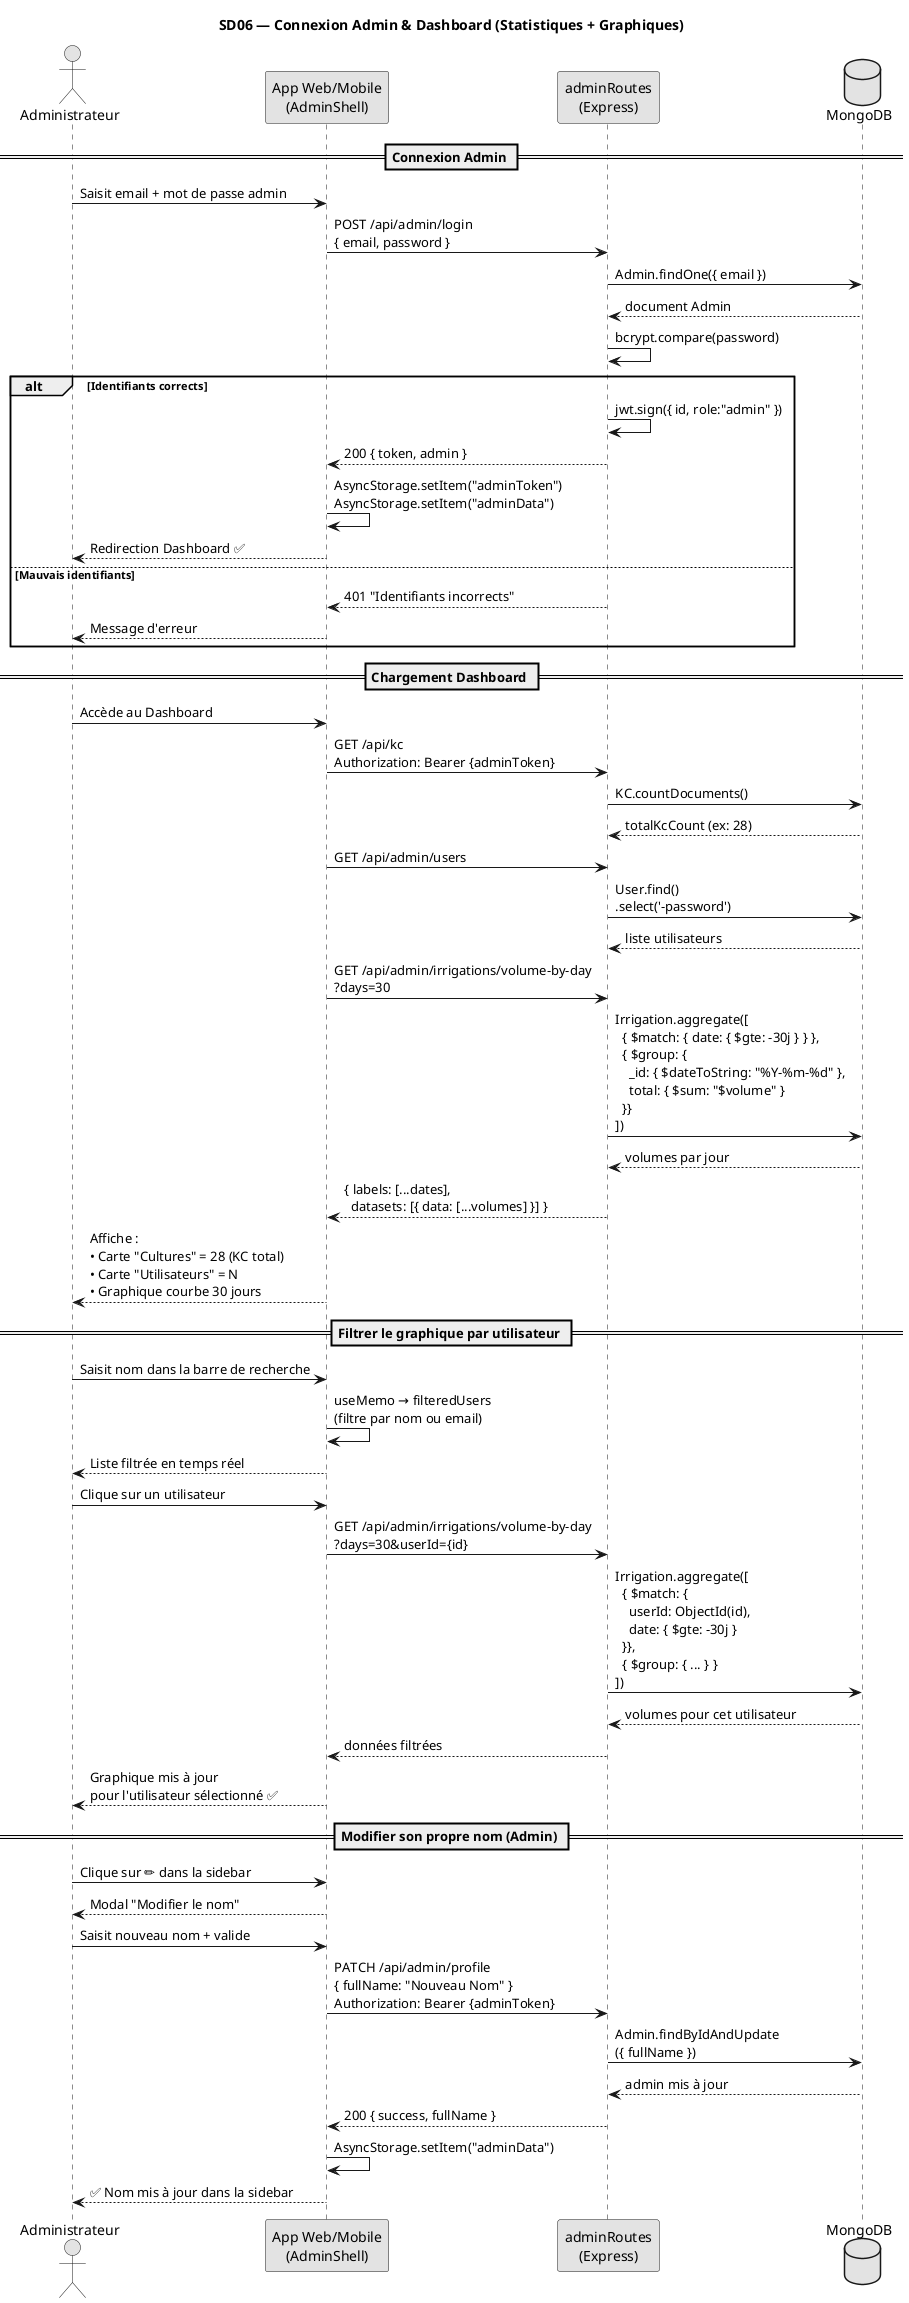
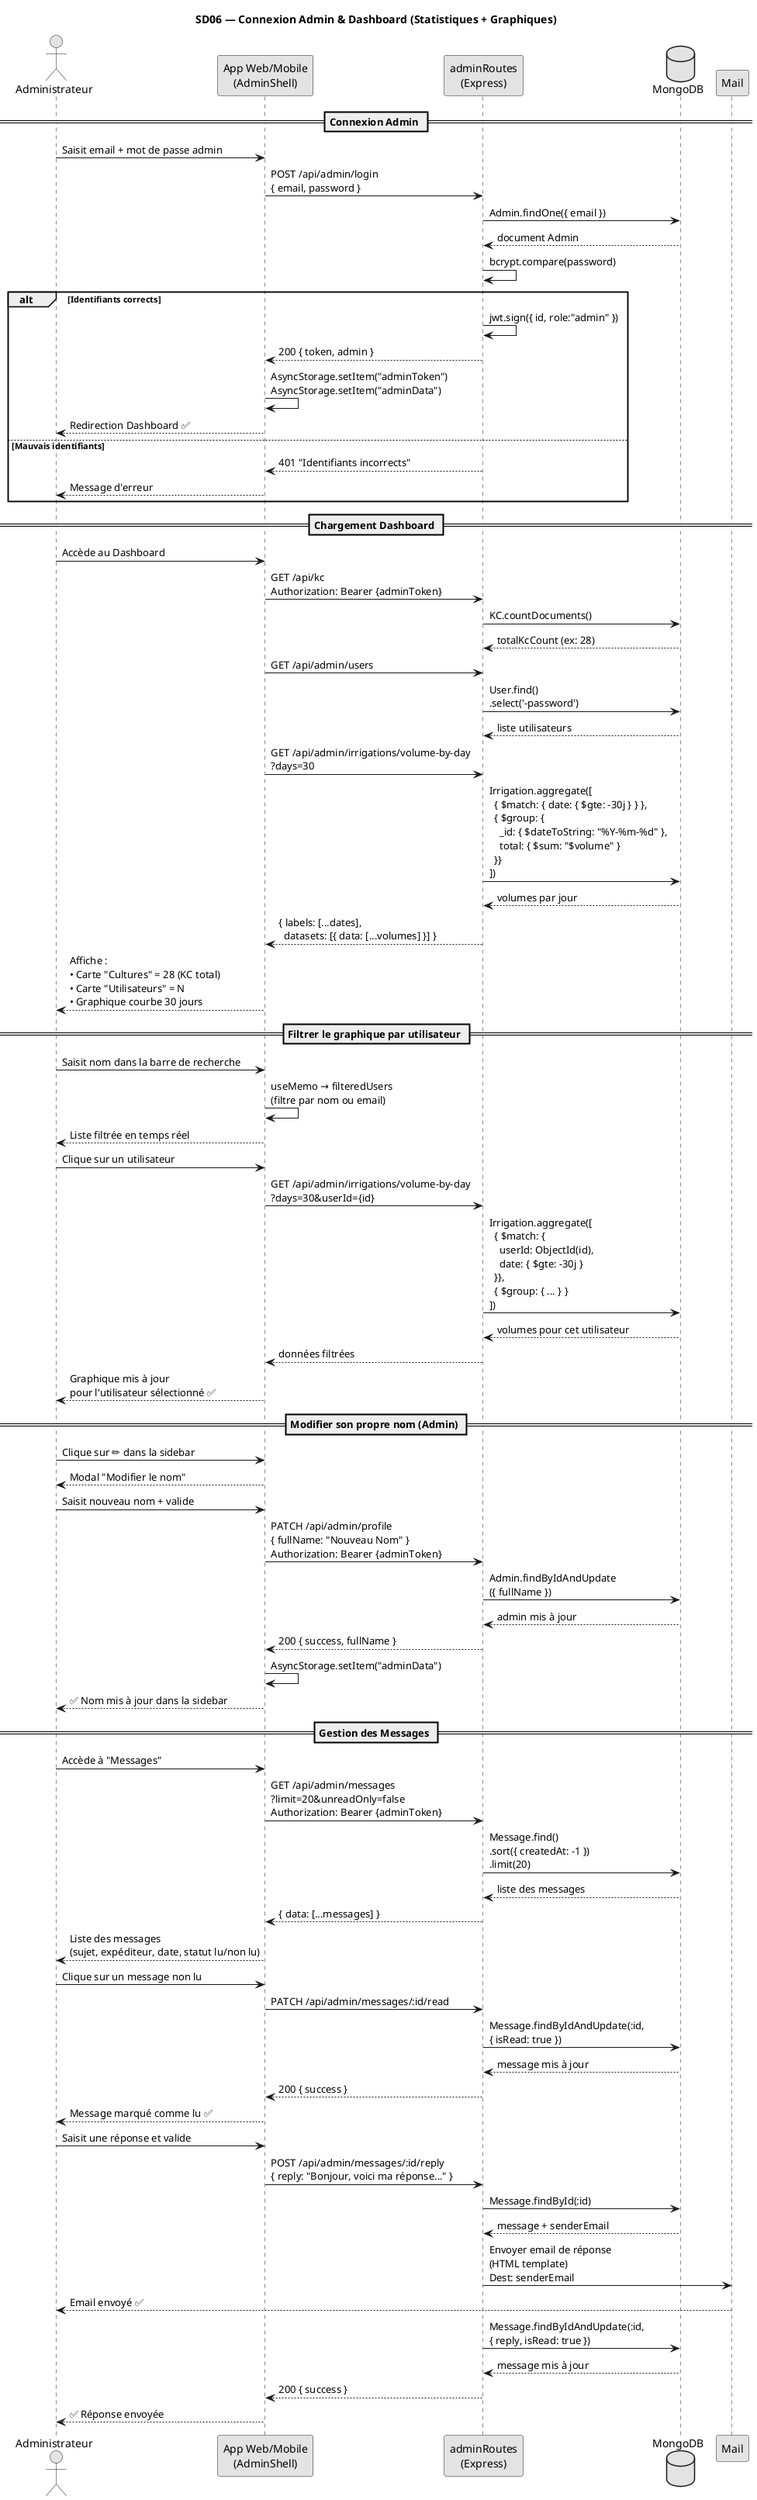
@startuml SD06 — Admin Dashboard

skinparam monochrome true
skinparam shadowing false
title SD06 — Connexion Admin & Dashboard (Statistiques + Graphiques)

actor "Administrateur" as A
participant "App Web/Mobile\n(AdminShell)" as App
participant "adminRoutes\n(Express)" as API
database "MongoDB" as DB

== Connexion Admin ==

A -> App : Saisit email + mot de passe admin
App -> API : POST /api/admin/login\n{ email, password }
API -> DB : Admin.findOne({ email })
DB --> API : document Admin
API -> API : bcrypt.compare(password)
alt Identifiants corrects
  API -> API : jwt.sign({ id, role:"admin" })
  API --> App : 200 { token, admin }
  App -> App : AsyncStorage.setItem("adminToken")\nAsyncStorage.setItem("adminData")
  App --> A : Redirection Dashboard ✅
else Mauvais identifiants
  API --> App : 401 "Identifiants incorrects"
  App --> A : Message d'erreur
end

== Chargement Dashboard ==

A -> App : Accède au Dashboard
App -> API : GET /api/kc\nAuthorization: Bearer {adminToken}
API -> DB : KC.countDocuments()
DB --> API : totalKcCount (ex: 28)

App -> API : GET /api/admin/users
API -> DB : User.find()\n.select('-password')
DB --> API : liste utilisateurs

App -> API : GET /api/admin/irrigations/volume-by-day\n?days=30
API -> DB : Irrigation.aggregate([\n  { $match: { date: { $gte: -30j } } },\n  { $group: {\n    _id: { $dateToString: "%Y-%m-%d" },\n    total: { $sum: "$volume" }\n  }}\n])
DB --> API : volumes par jour

API --> App : { labels: [...dates],\n  datasets: [{ data: [...volumes] }] }
App --> A : Affiche :\n• Carte "Cultures" = 28 (KC total)\n• Carte "Utilisateurs" = N\n• Graphique courbe 30 jours

== Filtrer le graphique par utilisateur ==

A -> App : Saisit nom dans la barre de recherche
App -> App : useMemo → filteredUsers\n(filtre par nom ou email)
App --> A : Liste filtrée en temps réel

A -> App : Clique sur un utilisateur
App -> API : GET /api/admin/irrigations/volume-by-day\n?days=30&userId={id}
API -> DB : Irrigation.aggregate([\n  { $match: {\n    userId: ObjectId(id),\n    date: { $gte: -30j }\n  }},\n  { $group: { ... } }\n])
DB --> API : volumes pour cet utilisateur
API --> App : données filtrées
App --> A : Graphique mis à jour\npour l'utilisateur sélectionné ✅

== Modifier son propre nom (Admin) ==

A -> App : Clique sur ✏️ dans la sidebar
App --> A : Modal "Modifier le nom"
A -> App : Saisit nouveau nom + valide
App -> API : PATCH /api/admin/profile\n{ fullName: "Nouveau Nom" }\nAuthorization: Bearer {adminToken}
API -> DB : Admin.findByIdAndUpdate\n({ fullName })
DB --> API : admin mis à jour
API --> App : 200 { success, fullName }
App -> App : AsyncStorage.setItem("adminData")
App --> A : ✅ Nom mis à jour dans la sidebar

+ == Gestion des Messages ==
+ 
+ A -> App : Accède à "Messages"
+ App -> API : GET /api/admin/messages\n?limit=20&unreadOnly=false\nAuthorization: Bearer {adminToken}
+ API -> DB : Message.find()\n.sort({ createdAt: -1 })\n.limit(20)
+ DB --> API : liste des messages
+ API --> App : { data: [...messages] }
+ App --> A : Liste des messages\n(sujet, expéditeur, date, statut lu/non lu)
+ 
+ A -> App : Clique sur un message non lu
+ App -> API : PATCH /api/admin/messages/:id/read
+ API -> DB : Message.findByIdAndUpdate(:id,\n{ isRead: true })
+ DB --> API : message mis à jour
+ API --> App : 200 { success }
+ App --> A : Message marqué comme lu ✅
+ 
+ A -> App : Saisit une réponse et valide
+ App -> API : POST /api/admin/messages/:id/reply\n{ reply: "Bonjour, voici ma réponse..." }
+ API -> DB : Message.findById(:id)
+ DB --> API : message + senderEmail
+ API -> Mail : Envoyer email de réponse\n(HTML template)\nDest: senderEmail
+ Mail --> A : Email envoyé ✅
+ API -> DB : Message.findByIdAndUpdate(:id,\n{ reply, isRead: true })
+ DB --> API : message mis à jour
+ API --> App : 200 { success }
+ App --> A : ✅ Réponse envoyée
+ 
@enduml
